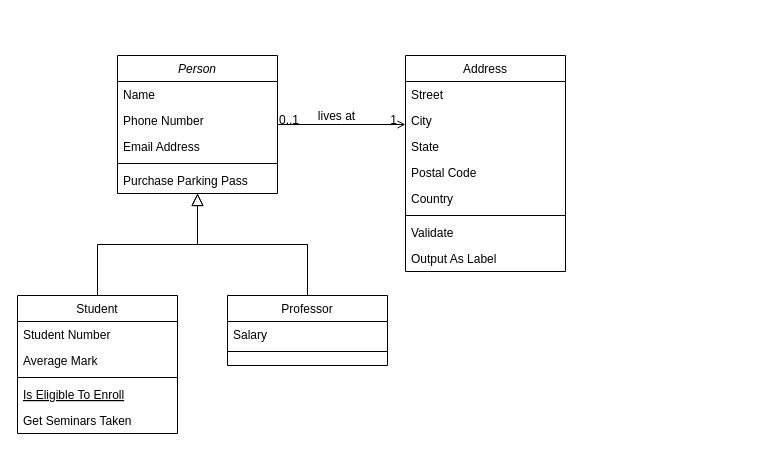
Before: Diagrama sin título.drawio in rivaswill/e_comercio, a draw.io diagram. Source tidied: cells renumbered, new cells numbered last; positions are measured from the earlier drawing's top-left corner, leaving out a move shared by most shapes. Both pictures are drawn from the tidied source at 100%, with x=0, y=0 at pixel (17, 55).
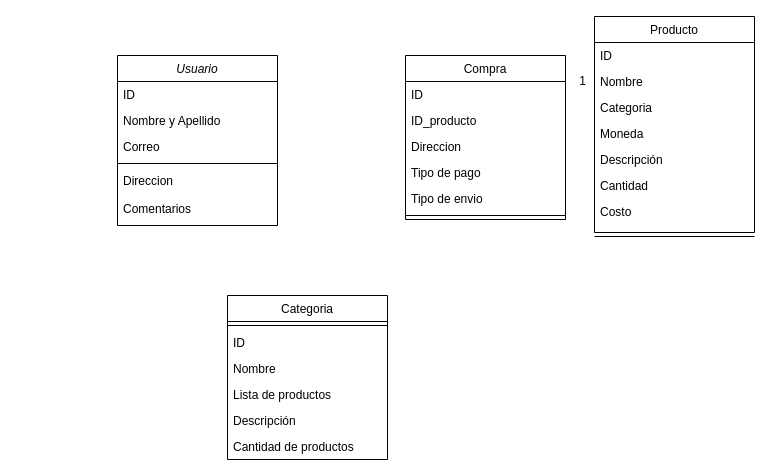
After the change.

Diff of the diagram source:
```diff
@@
-    <mxCell id="2" value="Person" style="swimlane;fontStyle=2;align=center;verticalAlign=top;horizontal=1;startSize=26;rounded=0;shadow=0;strokeWidth=1;" parent="1" vertex="1">
-      <mxGeometry x="100" width="160" height="138" as="geometry" />
+    <mxCell id="2" value="Usuario" style="swimlane;fontStyle=2;align=center;verticalAlign=top;horizontal=1;startSize=26;rounded=0;shadow=0;strokeWidth=1;" parent="1" vertex="1">
+      <mxGeometry x="100" width="160" height="170" as="geometry" />
     </mxCell>
-    <mxCell id="3" value="Name" style="text;align=left;verticalAlign=top;spacingLeft=4;spacingRight=4;overflow=hidden;" parent="2" vertex="1">
+    <mxCell id="3" value="ID" style="text;align=left;verticalAlign=top;spacingLeft=4;spacingRight=4;overflow=hidden;" parent="2" vertex="1">
       <mxGeometry y="26" width="160" height="26" as="geometry" />
     </mxCell>
-    <mxCell id="4" value="Phone Number" style="text;align=left;verticalAlign=top;spacingLeft=4;spacingRight=4;overflow=hidden;rounded=0;shadow=0;html=0;" parent="2" vertex="1">
+    <mxCell id="4" value="Nombre y Apellido" style="text;align=left;verticalAlign=top;spacingLeft=4;spacingRight=4;overflow=hidden;rounded=0;shadow=0;html=0;" parent="2" vertex="1">
       <mxGeometry y="52" width="160" height="26" as="geometry" />
     </mxCell>
-    <mxCell id="5" value="Email Address" style="text;align=left;verticalAlign=top;spacingLeft=4;spacingRight=4;overflow=hidden;rounded=0;shadow=0;html=0;" parent="2" vertex="1">
+    <mxCell id="5" value="Correo" style="text;align=left;verticalAlign=top;spacingLeft=4;spacingRight=4;overflow=hidden;rounded=0;shadow=0;html=0;" parent="2" vertex="1">
       <mxGeometry y="78" width="160" height="26" as="geometry" />
     </mxCell>
@@
-    <mxCell id="7" value="Purchase Parking Pass" style="text;align=left;verticalAlign=top;spacingLeft=4;spacingRight=4;overflow=hidden;" parent="2" vertex="1">
-      <mxGeometry y="112" width="160" height="26" as="geometry" />
-    </mxCell>
-    <mxCell id="8" value="Student" style="swimlane;fontStyle=0;align=center;verticalAlign=top;horizontal=1;startSize=26;rounded=0;shadow=0;strokeWidth=1;" parent="1" vertex="1">
-      <mxGeometry y="240" width="160" height="138" as="geometry" />
-    </mxCell>
-    <mxCell id="9" value="Student Number" style="text;align=left;verticalAlign=top;spacingLeft=4;spacingRight=4;overflow=hidden;" parent="8" vertex="1">
-      <mxGeometry y="26" width="160" height="26" as="geometry" />
-    </mxCell>
-    <mxCell id="10" value="Average Mark" style="text;align=left;verticalAlign=top;spacingLeft=4;spacingRight=4;overflow=hidden;rounded=0;shadow=0;html=0;" parent="8" vertex="1">
-      <mxGeometry y="52" width="160" height="26" as="geometry" />
-    </mxCell>
-    <mxCell id="11" style="line;html=1;strokeWidth=1;align=left;verticalAlign=middle;spacingTop=-1;spacingLeft=3;spacingRight=3;labelPosition=right;" parent="8" vertex="1">
-      <mxGeometry y="78" width="160" height="8" as="geometry" />
-    </mxCell>
-    <mxCell id="12" value="Is Eligible To Enroll" style="text;align=left;verticalAlign=top;spacingLeft=4;spacingRight=4;overflow=hidden;fontStyle=4;" parent="8" vertex="1">
-      <mxGeometry y="86" width="160" height="26" as="geometry" />
-    </mxCell>
-    <mxCell id="13" value="Get Seminars Taken" style="text;align=left;verticalAlign=top;spacingLeft=4;spacingRight=4;overflow=hidden;" parent="8" vertex="1">
-      <mxGeometry y="112" width="160" height="26" as="geometry" />
-    </mxCell>
-    <mxCell id="14" style="endArrow=block;endSize=10;endFill=0;shadow=0;strokeWidth=1;rounded=0;edgeStyle=elbowEdgeStyle;elbow=vertical;" parent="1" edge="1" source="8" target="2">
-      <mxGeometry relative="1" as="geometry" />
-    </mxCell>
+    <mxCell id="32" value="Direccion" style="text;align=left;verticalAlign=top;spacingLeft=4;spacingRight=4;overflow=hidden;" parent="2" vertex="1">
+      <mxGeometry y="112" width="160" height="26" as="geometry" />
+    </mxCell>
-    <mxCell id="15" value="Professor" style="swimlane;fontStyle=0;align=center;verticalAlign=top;horizontal=1;startSize=26;rounded=0;shadow=0;strokeWidth=1;" parent="1" vertex="1">
-      <mxGeometry x="210" y="240" width="160" height="70" as="geometry" />
+    <mxCell id="15" value="Categoria" style="swimlane;fontStyle=0;align=center;verticalAlign=top;horizontal=1;startSize=26;rounded=0;shadow=0;strokeWidth=1;" parent="1" vertex="1">
+      <mxGeometry x="210" y="240" width="160" height="164" as="geometry" />
     </mxCell>
-    <mxCell id="16" value="Salary" style="text;align=left;verticalAlign=top;spacingLeft=4;spacingRight=4;overflow=hidden;" parent="15" vertex="1">
-      <mxGeometry y="26" width="160" height="26" as="geometry" />
-    </mxCell>
     <mxCell id="17" style="line;html=1;strokeWidth=1;align=left;verticalAlign=middle;spacingTop=-1;spacingLeft=3;spacingRight=3;labelPosition=right;" parent="15" vertex="1">
-      <mxGeometry y="52" width="160" height="8" as="geometry" />
+      <mxGeometry y="26" width="160" height="8" as="geometry" />
     </mxCell>
-    <mxCell id="18" style="endArrow=block;endSize=10;endFill=0;shadow=0;strokeWidth=1;rounded=0;edgeStyle=elbowEdgeStyle;elbow=vertical;" parent="1" edge="1" source="15" target="2">
-      <mxGeometry relative="1" as="geometry" />
-    </mxCell>
+    <mxCell id="33" value="ID" style="text;align=left;verticalAlign=top;spacingLeft=4;spacingRight=4;overflow=hidden;rounded=0;shadow=0;html=0;" parent="15" vertex="1">
+      <mxGeometry y="34" width="160" height="26" as="geometry" />
+    </mxCell>
+    <mxCell id="34" value="Nombre" style="text;align=left;verticalAlign=top;spacingLeft=4;spacingRight=4;overflow=hidden;rounded=0;shadow=0;html=0;" parent="15" vertex="1">
+      <mxGeometry y="60" width="160" height="26" as="geometry" />
+    </mxCell>
+    <mxCell id="35" value="Lista de productos" style="text;align=left;verticalAlign=top;spacingLeft=4;spacingRight=4;overflow=hidden;rounded=0;shadow=0;html=0;" parent="15" vertex="1">
+      <mxGeometry y="86" width="160" height="26" as="geometry" />
+    </mxCell>
+    <mxCell id="36" value="Descripción" style="text;align=left;verticalAlign=top;spacingLeft=4;spacingRight=4;overflow=hidden;rounded=0;shadow=0;html=0;" parent="15" vertex="1">
+      <mxGeometry y="112" width="160" height="26" as="geometry" />
+    </mxCell>
+    <mxCell id="37" value="Cantidad de productos" style="text;align=left;verticalAlign=top;spacingLeft=4;spacingRight=4;overflow=hidden;rounded=0;shadow=0;html=0;" parent="15" vertex="1">
+      <mxGeometry y="138" width="160" height="26" as="geometry" />
+    </mxCell>
-    <mxCell id="19" value="Address" style="swimlane;fontStyle=0;align=center;verticalAlign=top;horizontal=1;startSize=26;rounded=0;shadow=0;strokeWidth=1;" parent="1" vertex="1">
-      <mxGeometry x="388" width="160" height="216" as="geometry" />
+    <mxCell id="19" value="Compra" style="swimlane;fontStyle=0;align=center;verticalAlign=top;horizontal=1;startSize=26;rounded=0;shadow=0;strokeWidth=1;" parent="1" vertex="1">
+      <mxGeometry x="388" width="160" height="164" as="geometry" />
     </mxCell>
-    <mxCell id="20" value="Street" style="text;align=left;verticalAlign=top;spacingLeft=4;spacingRight=4;overflow=hidden;" parent="19" vertex="1">
+    <mxCell id="20" value="ID" style="text;align=left;verticalAlign=top;spacingLeft=4;spacingRight=4;overflow=hidden;" parent="19" vertex="1">
       <mxGeometry y="26" width="160" height="26" as="geometry" />
     </mxCell>
-    <mxCell id="21" value="City" style="text;align=left;verticalAlign=top;spacingLeft=4;spacingRight=4;overflow=hidden;rounded=0;shadow=0;html=0;" parent="19" vertex="1">
+    <mxCell id="21" value="ID_producto" style="text;align=left;verticalAlign=top;spacingLeft=4;spacingRight=4;overflow=hidden;rounded=0;shadow=0;html=0;" parent="19" vertex="1">
       <mxGeometry y="52" width="160" height="26" as="geometry" />
     </mxCell>
-    <mxCell id="22" value="State" style="text;align=left;verticalAlign=top;spacingLeft=4;spacingRight=4;overflow=hidden;rounded=0;shadow=0;html=0;" parent="19" vertex="1">
+    <mxCell id="22" value="Direccion " style="text;align=left;verticalAlign=top;spacingLeft=4;spacingRight=4;overflow=hidden;rounded=0;shadow=0;html=0;" parent="19" vertex="1">
       <mxGeometry y="78" width="160" height="26" as="geometry" />
     </mxCell>
-    <mxCell id="23" value="Postal Code" style="text;align=left;verticalAlign=top;spacingLeft=4;spacingRight=4;overflow=hidden;rounded=0;shadow=0;html=0;" parent="19" vertex="1">
+    <mxCell id="23" value="Tipo de pago" style="text;align=left;verticalAlign=top;spacingLeft=4;spacingRight=4;overflow=hidden;rounded=0;shadow=0;html=0;" parent="19" vertex="1">
       <mxGeometry y="104" width="160" height="26" as="geometry" />
     </mxCell>
-    <mxCell id="24" value="Country" style="text;align=left;verticalAlign=top;spacingLeft=4;spacingRight=4;overflow=hidden;rounded=0;shadow=0;html=0;" parent="19" vertex="1">
+    <mxCell id="24" value="Tipo de envio" style="text;align=left;verticalAlign=top;spacingLeft=4;spacingRight=4;overflow=hidden;rounded=0;shadow=0;html=0;" parent="19" vertex="1">
       <mxGeometry y="130" width="160" height="26" as="geometry" />
     </mxCell>
@@
-    <mxCell id="26" value="Validate" style="text;align=left;verticalAlign=top;spacingLeft=4;spacingRight=4;overflow=hidden;" parent="19" vertex="1">
-      <mxGeometry y="164" width="160" height="26" as="geometry" />
-    </mxCell>
-    <mxCell id="27" value="Output As Label" style="text;align=left;verticalAlign=top;spacingLeft=4;spacingRight=4;overflow=hidden;" parent="19" vertex="1">
-      <mxGeometry y="190" width="160" height="26" as="geometry" />
-    </mxCell>
-    <mxCell id="28" style="endArrow=open;shadow=0;strokeWidth=1;rounded=0;endFill=1;edgeStyle=elbowEdgeStyle;elbow=vertical;" parent="1" edge="1" source="2" target="19">
-      <mxGeometry x="0.5" y="41" relative="1" as="geometry">
-        <mxPoint x="-40" y="32" as="offset" />
-      </mxGeometry>
-    </mxCell>
-    <mxCell id="29" value="0..1" style="align=left;verticalAlign=bottom;labelBackgroundColor=none;fontSize=12;" parent="28" vertex="1">
-      <mxGeometry x="-1" relative="1" as="geometry">
-        <mxPoint y="4" as="offset" />
-      </mxGeometry>
-    </mxCell>
+    <mxCell id="38" value="Producto" style="swimlane;fontStyle=0;align=center;verticalAlign=top;horizontal=1;startSize=26;rounded=0;shadow=0;strokeWidth=1;" parent="1" vertex="1">
+      <mxGeometry x="577" y="-39" width="160" height="216" as="geometry" />
+    </mxCell>
+    <mxCell id="39" value="ID" style="text;align=left;verticalAlign=top;spacingLeft=4;spacingRight=4;overflow=hidden;" parent="38" vertex="1">
+      <mxGeometry y="26" width="160" height="26" as="geometry" />
+    </mxCell>
+    <mxCell id="40" value="Nombre" style="text;align=left;verticalAlign=top;spacingLeft=4;spacingRight=4;overflow=hidden;rounded=0;shadow=0;html=0;" parent="38" vertex="1">
+      <mxGeometry y="52" width="160" height="26" as="geometry" />
+    </mxCell>
+    <mxCell id="41" value="Categoria" style="text;align=left;verticalAlign=top;spacingLeft=4;spacingRight=4;overflow=hidden;rounded=0;shadow=0;html=0;" parent="38" vertex="1">
+      <mxGeometry y="78" width="160" height="26" as="geometry" />
+    </mxCell>
+    <mxCell id="42" value="Moneda" style="text;align=left;verticalAlign=top;spacingLeft=4;spacingRight=4;overflow=hidden;rounded=0;shadow=0;html=0;" parent="38" vertex="1">
+      <mxGeometry y="104" width="160" height="26" as="geometry" />
+    </mxCell>
+    <mxCell id="43" value="Descripción" style="text;align=left;verticalAlign=top;spacingLeft=4;spacingRight=4;overflow=hidden;rounded=0;shadow=0;html=0;" parent="38" vertex="1">
+      <mxGeometry y="130" width="160" height="26" as="geometry" />
+    </mxCell>
+    <mxCell id="44" value="Cantidad" style="text;align=left;verticalAlign=top;spacingLeft=4;spacingRight=4;overflow=hidden;rounded=0;shadow=0;html=0;" parent="38" vertex="1">
+      <mxGeometry y="156" width="160" height="26" as="geometry" />
+    </mxCell>
+    <mxCell id="45" value="Costo" style="text;align=left;verticalAlign=top;spacingLeft=4;spacingRight=4;overflow=hidden;rounded=0;shadow=0;html=0;" parent="38" vertex="1">
+      <mxGeometry y="182" width="160" height="26" as="geometry" />
+    </mxCell>
-    <mxCell id="30" value="1" style="align=right;verticalAlign=bottom;labelBackgroundColor=none;fontSize=12;" parent="28" vertex="1">
-      <mxGeometry x="1" relative="1" as="geometry">
-        <mxPoint x="-7" y="4" as="offset" />
-      </mxGeometry>
+    <mxCell id="30" value="1" style="align=right;verticalAlign=bottom;labelBackgroundColor=none;fontSize=12;" parent="1" vertex="1">
+      <mxGeometry x="570" y="34" as="geometry" />
     </mxCell>
-    <mxCell id="31" value="lives at" style="text;html=1;align=center;verticalAlign=middle;labelBackgroundColor=none;rounded=0;shadow=0;strokeWidth=1;fontSize=12;" parent="28" vertex="1">
-      <mxGeometry x="0.5" y="49" relative="1" as="geometry">
-        <mxPoint x="-38" y="40" as="offset" />
-      </mxGeometry>
-    </mxCell>
+    <mxCell id="7" value="Comentarios" style="text;align=left;verticalAlign=top;spacingLeft=4;spacingRight=4;overflow=hidden;" parent="1" vertex="1">
+      <mxGeometry x="100" y="140" width="160" height="26" as="geometry" />
+    </mxCell>
+    <mxCell id="46" style="line;html=1;strokeWidth=1;align=left;verticalAlign=middle;spacingTop=-1;spacingLeft=3;spacingRight=3;labelPosition=right;" parent="1" vertex="1">
+      <mxGeometry x="577" y="177" width="160" height="8" as="geometry" />
+    </mxCell>
```
